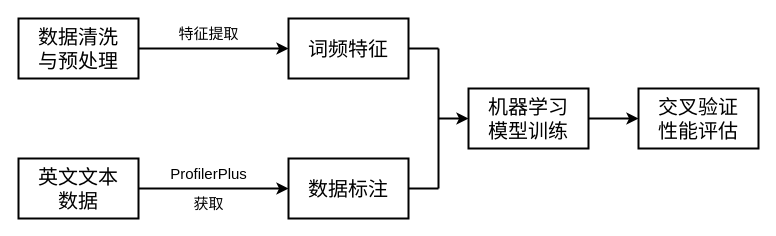
This is xinlisuo.drawio from chensiyi0904/draw.io, a draw.io file, before an edit. Source tidied: cells renumbered, new cells numbered last; positions are measured from the earlier drawing's top-left corner, leaving out a move shared by most shapes. Both pictures are drawn from the tidied source at 100%, with x=0, y=0 at pixel (18, 18).
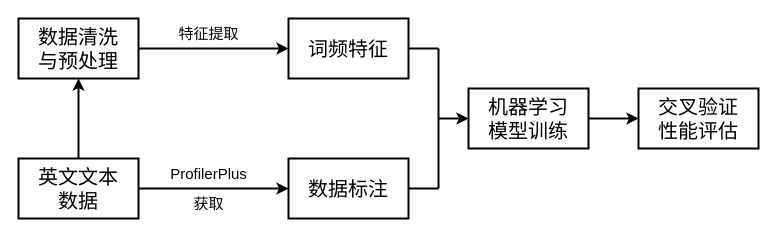
The same page after the edit.

Unchanged cells that the change refers to:
```xml
<mxCell id="3" value="数据清洗&lt;br&gt;与预处理" style="rounded=0;whiteSpace=wrap;html=1;fontSize=20;strokeWidth=2;" parent="1" vertex="1">
  <mxGeometry width="120" height="60" as="geometry" />
</mxCell>
<mxCell id="4" value="英文文本&lt;br&gt;数据" style="rounded=0;whiteSpace=wrap;html=1;fontSize=20;strokeWidth=2;" parent="1" vertex="1">
  <mxGeometry y="140" width="120" height="60" as="geometry" />
</mxCell>
```

What changed in the source:
```diff
@@
+    <mxCell id="18" style="edgeStyle=orthogonalEdgeStyle;rounded=0;jettySize=auto;html=1;exitX=0.5;exitY=0;exitDx=0;exitDy=0;entryX=0.5;entryY=1;entryDx=0;entryDy=0;strokeWidth=2;" parent="1" edge="1" source="4" target="3">
+      <mxGeometry relative="1" as="geometry" />
+    </mxCell>
```
